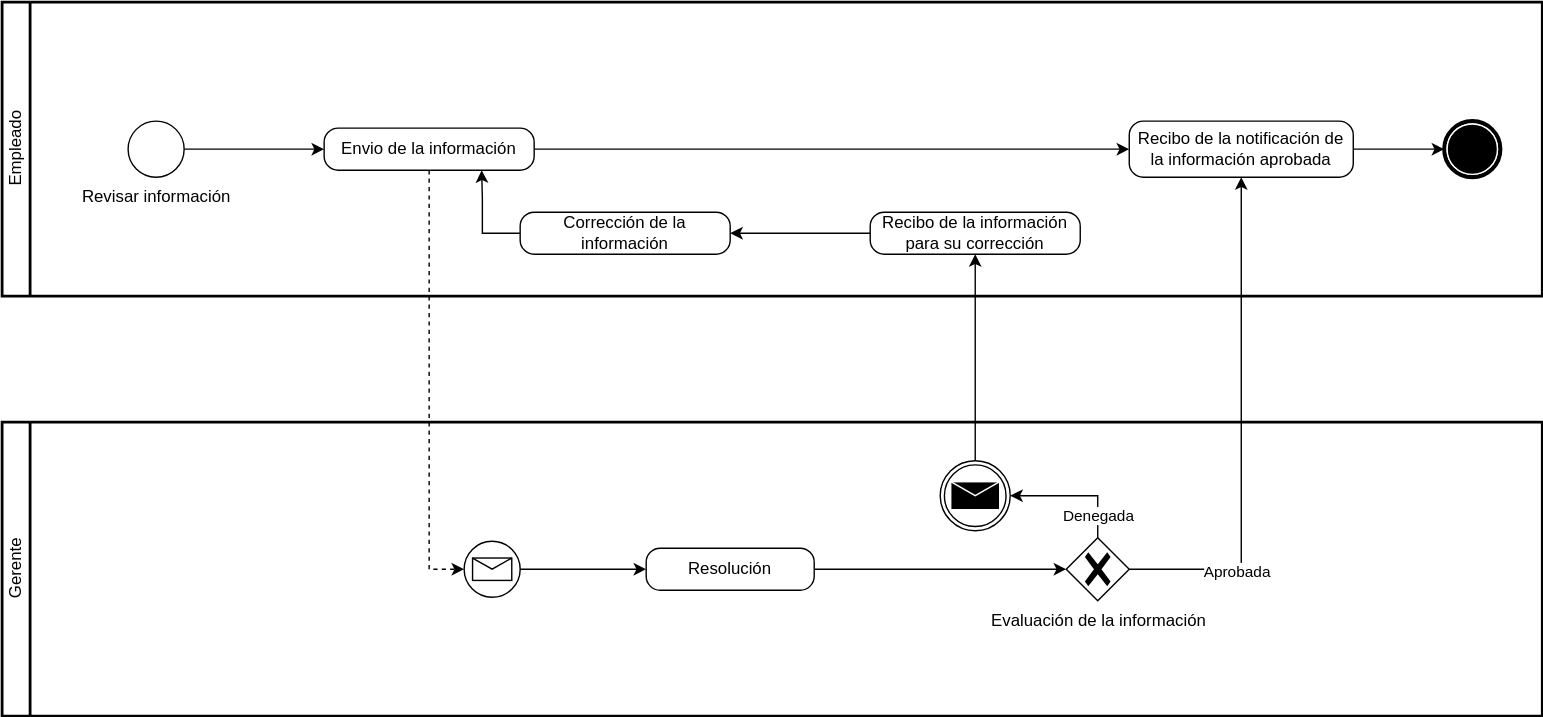
The draw.io diagram lab2/svgs/supuesto3.svg in javimlopez/INRE-UAL-Azul-2022, before a commit. Source tidied: cells renumbered, new cells last; positions are measured from the earlier drawing's top-left corner, leaving out a move shared by most shapes.
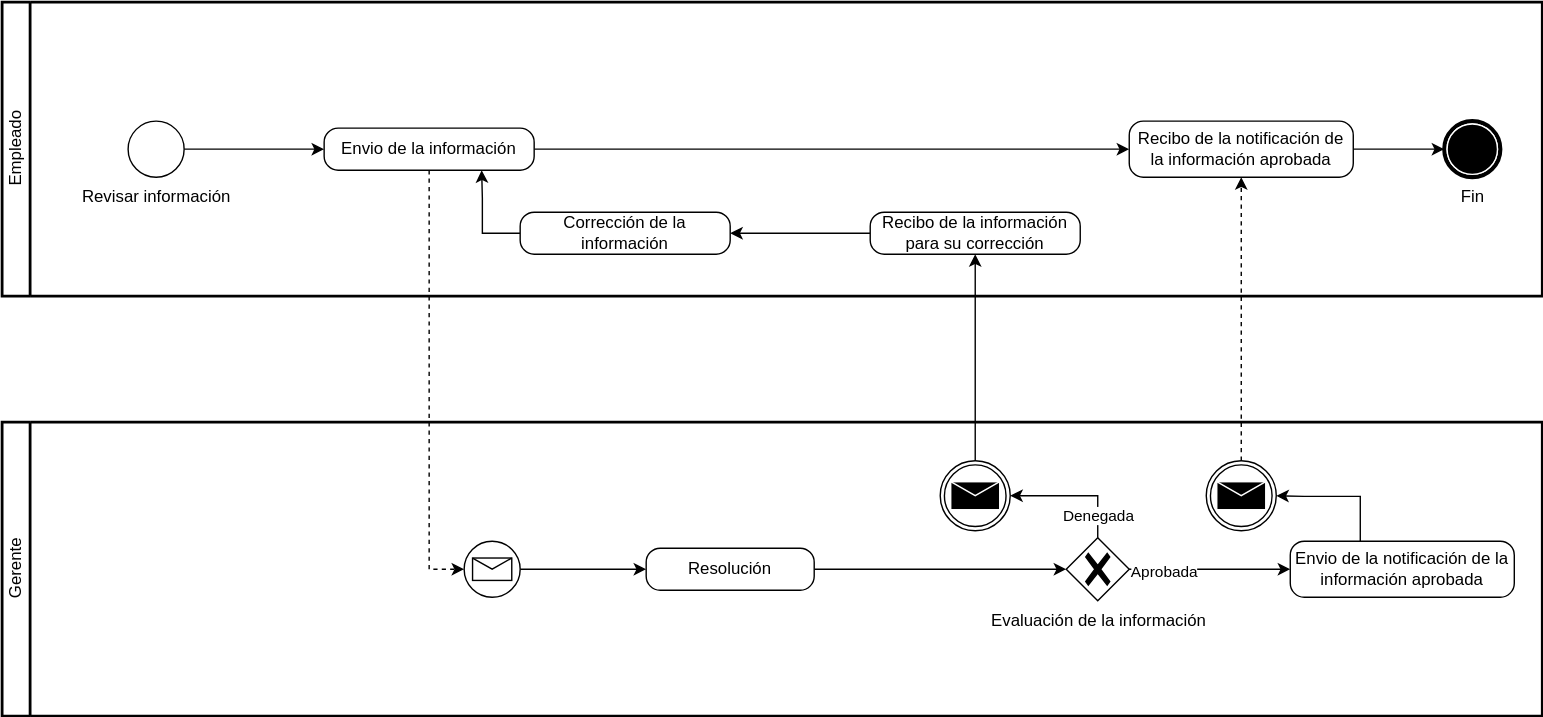
Above is the later version.

Commit message:
lab2-supuesto3 arreglado

What changed in the source:
```diff
@@ -23,7 +23,7 @@
     <mxCell id="8" value="Recibo de la información para su corrección" style="points=[[0.25,0,0],[0.5,0,0],[0.75,0,0],[1,0.25,0],[1,0.5,0],[1,0.75,0],[0.75,1,0],[0.5,1,0],[0.25,1,0],[0,0.75,0],[0,0.5,0],[0,0.25,0]];shape=mxgraph.bpmn.task;whiteSpace=wrap;rectStyle=rounded;size=10;taskMarker=abstract;" parent="2" vertex="1">
       <mxGeometry x="620" y="150" width="150" height="30" as="geometry" />
     </mxCell>
-    <mxCell id="9" style="points=[[0.145,0.145,0],[0.5,0,0],[0.855,0.145,0],[1,0.5,0],[0.855,0.855,0],[0.5,1,0],[0.145,0.855,0],[0,0.5,0]];shape=mxgraph.bpmn.event;html=1;verticalLabelPosition=bottom;labelBackgroundColor=#ffffff;verticalAlign=top;align=center;perimeter=ellipsePerimeter;outlineConnect=0;outline=end;symbol=terminate;" parent="2" vertex="1">
+    <mxCell id="9" value="Fin" style="points=[[0.145,0.145,0],[0.5,0,0],[0.855,0.145,0],[1,0.5,0],[0.855,0.855,0],[0.5,1,0],[0.145,0.855,0],[0,0.5,0]];shape=mxgraph.bpmn.event;html=1;verticalLabelPosition=bottom;labelBackgroundColor=#ffffff;verticalAlign=top;align=center;perimeter=ellipsePerimeter;outlineConnect=0;outline=end;symbol=terminate;" parent="2" vertex="1">
       <mxGeometry x="1030" y="85" width="40" height="40" as="geometry" />
     </mxCell>
     <mxCell id="10" style="edgeStyle=orthogonalEdgeStyle;rounded=0;jettySize=auto;html=1;entryX=0;entryY=0.5;entryDx=0;entryDy=0;entryPerimeter=0;" parent="2" edge="1" source="11" target="9">
@@ -76,21 +76,39 @@
     <mxCell id="22" value="Evaluación de la información" style="points=[[0.25,0.25,0],[0.5,0,0],[0.75,0.25,0],[1,0.5,0],[0.75,0.75,0],[0.5,1,0],[0.25,0.75,0],[0,0.5,0]];shape=mxgraph.bpmn.gateway2;html=1;verticalLabelPosition=bottom;labelBackgroundColor=#ffffff;verticalAlign=top;align=center;perimeter=rhombusPerimeter;outlineConnect=0;outline=none;symbol=none;gwType=exclusive;" parent="14" vertex="1">
       <mxGeometry x="760" y="82.5" width="45" height="45" as="geometry" />
     </mxCell>
+    <mxCell id="27" style="points=[[0.145,0.145,0],[0.5,0,0],[0.855,0.145,0],[1,0.5,0],[0.855,0.855,0],[0.5,1,0],[0.145,0.855,0],[0,0.5,0]];shape=mxgraph.bpmn.event;html=1;verticalLabelPosition=bottom;labelBackgroundColor=#ffffff;verticalAlign=top;align=center;perimeter=ellipsePerimeter;outlineConnect=0;outline=throwing;symbol=message;" parent="14" vertex="1">
+      <mxGeometry x="860" y="27.5" width="50" height="50" as="geometry" />
+    </mxCell>
+    <mxCell id="25" style="edgeStyle=orthogonalEdgeStyle;rounded=0;jettySize=auto;html=1;entryX=0;entryY=0.5;entryDx=0;entryDy=0;entryPerimeter=0;" parent="14" edge="1" source="22" target="29">
+      <mxGeometry relative="1" as="geometry">
+        <Array as="points">
+          <mxPoint x="900" y="105" />
+          <mxPoint x="900" y="105" />
+        </Array>
+      </mxGeometry>
+    </mxCell>
+    <mxCell id="26" value="Aprobada" style="edgeLabel;html=1;align=center;verticalAlign=middle;" parent="25" vertex="1">
+      <mxGeometry x="-0.58" y="-1" relative="1" as="geometry" />
+    </mxCell>
+    <mxCell id="28" style="edgeStyle=orthogonalEdgeStyle;rounded=0;jettySize=auto;html=1;entryX=1;entryY=0.5;entryDx=0;entryDy=0;entryPerimeter=0;" parent="14" edge="1" source="29" target="27">
+      <mxGeometry relative="1" as="geometry">
+        <Array as="points">
+          <mxPoint x="970" y="53" />
+          <mxPoint x="930" y="53" />
+        </Array>
+      </mxGeometry>
+    </mxCell>
+    <mxCell id="29" value="Envio de la notificación de la información aprobada" style="points=[[0.25,0,0],[0.5,0,0],[0.75,0,0],[1,0.25,0],[1,0.5,0],[1,0.75,0],[0.75,1,0],[0.5,1,0],[0.25,1,0],[0,0.75,0],[0,0.5,0],[0,0.25,0]];shape=mxgraph.bpmn.task;whiteSpace=wrap;rectStyle=rounded;size=10;taskMarker=abstract;" parent="14" vertex="1">
+      <mxGeometry x="920" y="85" width="160" height="40" as="geometry" />
+    </mxCell>
     <mxCell id="23" style="edgeStyle=orthogonalEdgeStyle;rounded=0;jettySize=auto;html=1;entryX=0;entryY=0.5;entryDx=0;entryDy=0;entryPerimeter=0;dashed=1;" parent="1" edge="1" source="6" target="16">
       <mxGeometry relative="1" as="geometry" />
     </mxCell>
     <mxCell id="24" style="edgeStyle=orthogonalEdgeStyle;rounded=0;jettySize=auto;html=1;entryX=0.5;entryY=1;entryDx=0;entryDy=0;entryPerimeter=0;" parent="1" edge="1" source="19" target="8">
       <mxGeometry relative="1" as="geometry" />
     </mxCell>
-    <mxCell id="25" style="edgeStyle=orthogonalEdgeStyle;rounded=0;jettySize=auto;html=1;entryX=0.5;entryY=1;entryDx=0;entryDy=0;entryPerimeter=0;" parent="1" edge="1" source="22" target="11">
-      <mxGeometry relative="1" as="geometry">
-        <Array as="points">
-          <mxPoint x="885" y="405" />
-        </Array>
-      </mxGeometry>
-    </mxCell>
-    <mxCell id="26" value="Aprobada" style="edgeLabel;html=1;align=center;verticalAlign=middle;" parent="25" vertex="1">
-      <mxGeometry x="-0.58" y="-1" relative="1" as="geometry" />
-    </mxCell>
+    <mxCell id="30" style="edgeStyle=orthogonalEdgeStyle;rounded=0;jettySize=auto;html=1;entryX=0.5;entryY=1;entryDx=0;entryDy=0;entryPerimeter=0;dashed=1;" parent="1" edge="1" source="27" target="11">
+      <mxGeometry relative="1" as="geometry" />
+    </mxCell>
   </root>
 </mxGraphModel>
```
